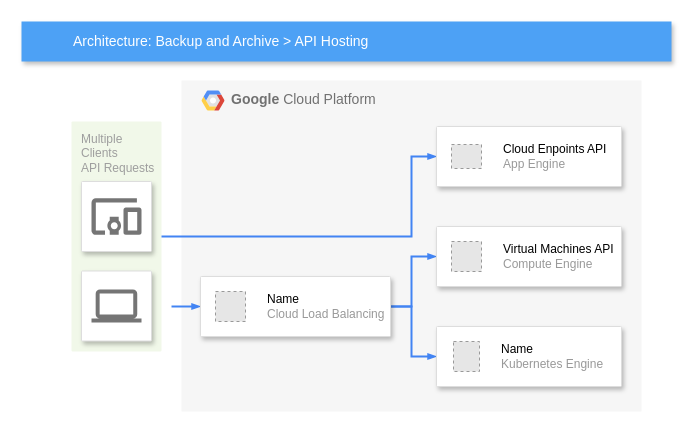
Earlier version of the draw.io diagram IAM-GCloud.drawio (sam-nash/google_cloud). Source tidied: cells renumbered, new cells numbered last; positions are measured from the earlier drawing's top-left corner, leaving out a move shared by most shapes. Both pictures are drawn from the tidied source at 100%, with x=0, y=0 at pixel (21, 21). Pictures stored in the file or linked from it are replaced by grey dashed boxes.
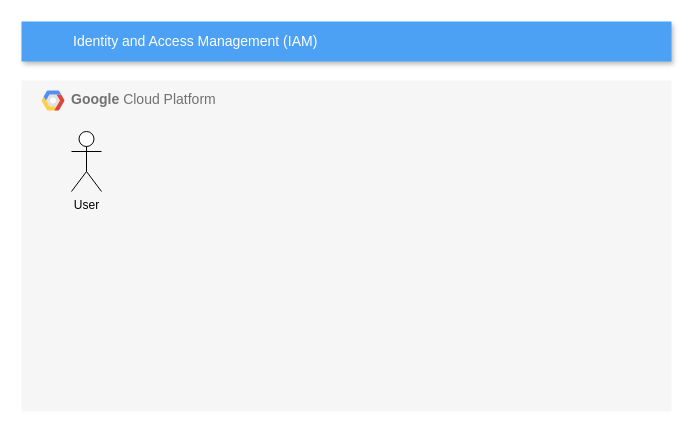
Above is the later version.

Diff of the diagram source:
```diff
@@
     <mxCell id="2" value="&lt;b&gt;Google &lt;/b&gt;Cloud Platform" style="fillColor=#F6F6F6;strokeColor=none;shadow=0;gradientColor=none;fontSize=14;align=left;spacing=10;fontColor=#717171;9E9E9E;verticalAlign=top;spacingTop=-4;fontStyle=0;spacingLeft=40;html=1;" parent="1" vertex="1">
-      <mxGeometry x="160" y="59" width="460" height="331" as="geometry" />
+      <mxGeometry y="59" width="650" height="331" as="geometry" />
     </mxCell>
@@
-    <mxCell id="4" value="Multiple&lt;br&gt;Clients&lt;br&gt;API Requests&lt;br&gt;" style="rounded=1;absoluteArcSize=1;arcSize=2;html=1;strokeColor=none;gradientColor=none;shadow=0;dashed=0;fontSize=12;fontColor=#9E9E9E;align=left;verticalAlign=top;spacing=10;spacingTop=-4;fillColor=#F1F8E9;" parent="1" vertex="1">
-      <mxGeometry x="50" y="100" width="90" height="230" as="geometry" />
-    </mxCell>
+    <mxCell id="22" value="User" style="shape=umlActor;verticalLabelPosition=bottom;verticalAlign=top;html=1;" parent="2" vertex="1">
+      <mxGeometry x="50" y="51" width="30" height="60" as="geometry" />
+    </mxCell>
-    <mxCell id="5" value="Architecture: Backup and Archive &amp;gt; API Hosting" style="fillColor=#4DA1F5;strokeColor=none;shadow=1;gradientColor=none;fontSize=14;align=left;spacingLeft=50;fontColor=#ffffff;html=1;" parent="1" vertex="1">
+    <mxCell id="5" value="Identity and Access Management (IAM)" style="fillColor=#4DA1F5;strokeColor=none;shadow=1;gradientColor=none;fontSize=14;align=left;spacingLeft=50;fontColor=#ffffff;html=1;" parent="1" vertex="1">
       <mxGeometry width="650" height="40" as="geometry" />
     </mxCell>
-    <mxCell id="6" style="edgeStyle=orthogonalEdgeStyle;rounded=0;elbow=vertical;html=1;labelBackgroundColor=none;startFill=1;startSize=4;endArrow=blockThin;endFill=1;endSize=4;jettySize=auto;strokeColor=#4284F3;strokeWidth=2;fontSize=12;fontColor=#000000;align=left;dashed=0;" parent="1" edge="1" source="4" target="16">
-      <mxGeometry relative="1" as="geometry">
-        <Array as="points">
-          <mxPoint x="390" y="215" />
-          <mxPoint x="390" y="135" />
-        </Array>
-      </mxGeometry>
-    </mxCell>
-    <mxCell id="7" style="strokeColor=#dddddd;fillColor=#ffffff;shadow=1;strokeWidth=1;rounded=1;absoluteArcSize=1;arcSize=2;labelPosition=center;verticalLabelPosition=middle;align=center;verticalAlign=bottom;spacingLeft=0;fontColor=#999999;fontSize=12;whiteSpace=wrap;spacingBottom=2;html=1;" parent="1" vertex="1">
-      <mxGeometry x="60" y="160" width="70" height="70" as="geometry" />
-    </mxCell>
-    <mxCell id="8" style="dashed=0;html=1;fillColor=#757575;strokeColor=none;shape=mxgraph.gcp2.mobile_devices;" parent="7" vertex="1">
-      <mxGeometry x="0.5" width="50" height="36.5" relative="1" as="geometry">
-        <mxPoint x="-25" y="16.8" as="offset" />
-      </mxGeometry>
-    </mxCell>
-    <mxCell id="9" style="edgeStyle=elbowEdgeStyle;rounded=0;elbow=vertical;html=1;labelBackgroundColor=none;startFill=1;startSize=4;endArrow=blockThin;endFill=1;endSize=4;jettySize=auto;strokeColor=#4284F3;strokeWidth=2;fontSize=12;fontColor=#000000;align=left;dashed=0;" parent="1" edge="1" target="20">
-      <mxGeometry relative="1" as="geometry">
-        <mxPoint x="150" y="285" as="sourcePoint" />
-      </mxGeometry>
-    </mxCell>
-    <mxCell id="10" style="strokeColor=#dddddd;fillColor=#ffffff;shadow=1;strokeWidth=1;rounded=1;absoluteArcSize=1;arcSize=2;labelPosition=center;verticalLabelPosition=middle;align=center;verticalAlign=bottom;spacingLeft=0;fontColor=#999999;fontSize=12;whiteSpace=wrap;spacingBottom=2;html=1;" parent="1" vertex="1">
-      <mxGeometry x="60" y="249.5" width="70" height="70" as="geometry" />
-    </mxCell>
-    <mxCell id="11" style="dashed=0;html=1;fillColor=#757575;strokeColor=none;shape=mxgraph.gcp2.laptop;" parent="10" vertex="1">
-      <mxGeometry x="0.5" width="50" height="33" relative="1" as="geometry">
-        <mxPoint x="-25" y="18.5" as="offset" />
-      </mxGeometry>
-    </mxCell>
-    <mxCell id="12" style="edgeStyle=orthogonalEdgeStyle;rounded=0;elbow=vertical;html=1;labelBackgroundColor=none;startFill=1;startSize=4;endArrow=blockThin;endFill=1;endSize=4;jettySize=auto;strokeColor=#4284F3;strokeWidth=2;fontSize=12;fontColor=#000000;align=left;dashed=0;" parent="1" edge="1" source="20" target="14">
-      <mxGeometry relative="1" as="geometry">
-        <Array as="points">
-          <mxPoint x="390" y="285" />
-          <mxPoint x="390" y="235" />
-        </Array>
-      </mxGeometry>
-    </mxCell>
-    <mxCell id="13" style="edgeStyle=orthogonalEdgeStyle;rounded=0;elbow=vertical;html=1;labelBackgroundColor=none;startFill=1;startSize=4;endArrow=blockThin;endFill=1;endSize=4;jettySize=auto;strokeColor=#4284F3;strokeWidth=2;fontSize=12;fontColor=#000000;align=left;dashed=0;" parent="1" edge="1" source="20" target="18">
-      <mxGeometry relative="1" as="geometry">
-        <Array as="points">
-          <mxPoint x="390" y="285" />
-          <mxPoint x="390" y="335" />
-        </Array>
-      </mxGeometry>
-    </mxCell>
-    <mxCell id="14" style="strokeColor=#dddddd;shadow=1;strokeWidth=1;rounded=1;absoluteArcSize=1;arcSize=2;" parent="1" vertex="1">
-      <mxGeometry x="415" y="205" width="185" height="60" as="geometry" />
-    </mxCell>
-    <mxCell id="15" value="&lt;font color=&quot;#000000&quot;&gt;Virtual Machines API&lt;/font&gt;&lt;br&gt;Compute Engine" style="fillColor=#E6E6E6;strokeColor=#999999;dashed=1;html=1;fontColor=#999999;verticalLabelPosition=middle;verticalAlign=middle;labelPosition=right;align=left;spacingLeft=20;" parent="14" vertex="1">
-      <mxGeometry width="30" height="30" relative="1" as="geometry">
-        <mxPoint x="15" y="15" as="offset" />
-      </mxGeometry>
-    </mxCell>
-    <mxCell id="16" style="strokeColor=#dddddd;shadow=1;strokeWidth=1;rounded=1;absoluteArcSize=1;arcSize=2;" parent="1" vertex="1">
-      <mxGeometry x="415" y="105" width="185" height="60" as="geometry" />
-    </mxCell>
-    <mxCell id="17" value="&lt;font color=&quot;#000000&quot;&gt;Cloud Enpoints API&lt;/font&gt;&lt;br&gt;App Engine" style="fillColor=#E6E6E6;strokeColor=#999999;dashed=1;html=1;fontColor=#999999;verticalLabelPosition=middle;verticalAlign=middle;labelPosition=right;align=left;spacingLeft=20;" parent="16" vertex="1">
-      <mxGeometry width="30" height="24" relative="1" as="geometry">
-        <mxPoint x="15" y="18" as="offset" />
-      </mxGeometry>
-    </mxCell>
-    <mxCell id="18" style="strokeColor=#dddddd;shadow=1;strokeWidth=1;rounded=1;absoluteArcSize=1;arcSize=2;" parent="1" vertex="1">
-      <mxGeometry x="415" y="305" width="185" height="60" as="geometry" />
-    </mxCell>
-    <mxCell id="19" value="&lt;font color=&quot;#000000&quot;&gt;Name&lt;/font&gt;&lt;br&gt;Kubernetes Engine" style="fillColor=#E6E6E6;strokeColor=#999999;dashed=1;html=1;fontColor=#999999;verticalLabelPosition=middle;verticalAlign=middle;labelPosition=right;align=left;spacingLeft=20;" parent="18" vertex="1">
-      <mxGeometry width="26" height="30" relative="1" as="geometry">
-        <mxPoint x="17" y="15" as="offset" />
-      </mxGeometry>
-    </mxCell>
-    <mxCell id="20" style="strokeColor=#dddddd;shadow=1;strokeWidth=1;rounded=1;absoluteArcSize=1;arcSize=2;" parent="1" vertex="1">
-      <mxGeometry x="179" y="255" width="190" height="60" as="geometry" />
-    </mxCell>
-    <mxCell id="21" value="&lt;font color=&quot;#000000&quot;&gt;Name&lt;/font&gt;&lt;br&gt;Cloud Load Balancing" style="fillColor=#E6E6E6;strokeColor=#999999;dashed=1;html=1;fontColor=#999999;verticalLabelPosition=middle;verticalAlign=middle;labelPosition=right;align=left;spacingLeft=20;" parent="20" vertex="1">
-      <mxGeometry width="30" height="30" relative="1" as="geometry">
-        <mxPoint x="15" y="15" as="offset" />
-      </mxGeometry>
-    </mxCell>
```
